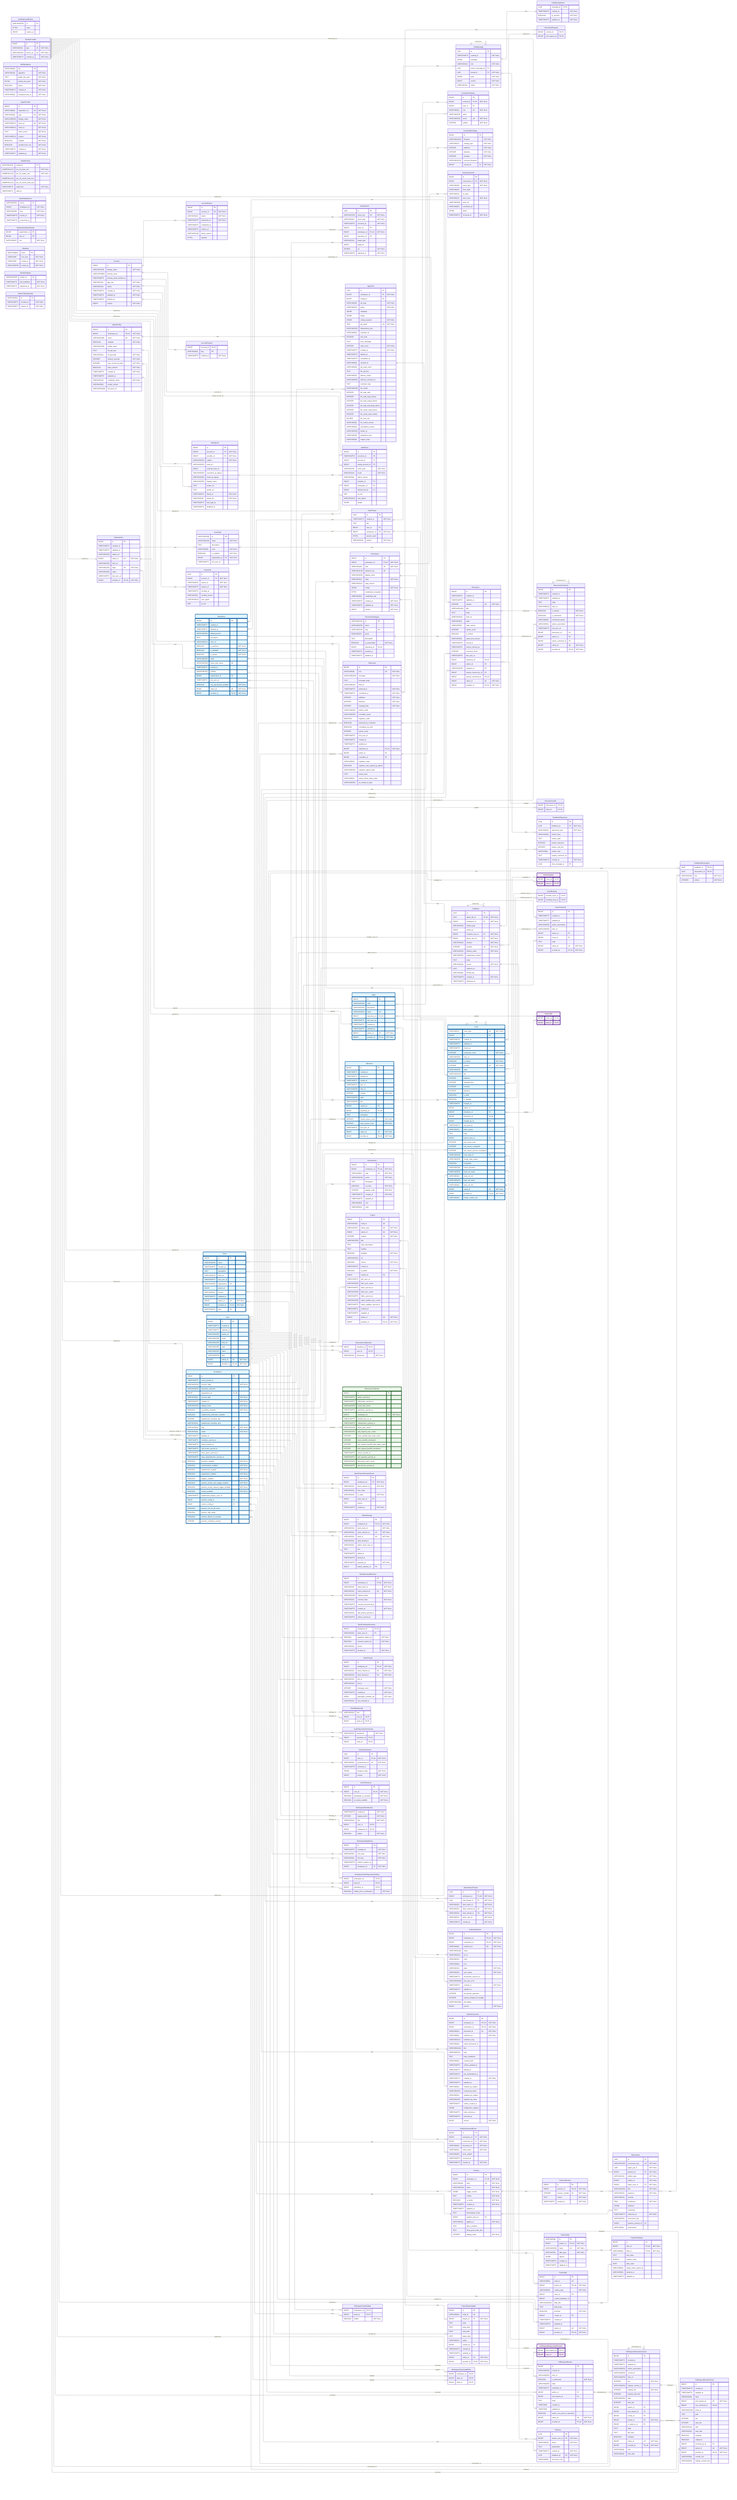
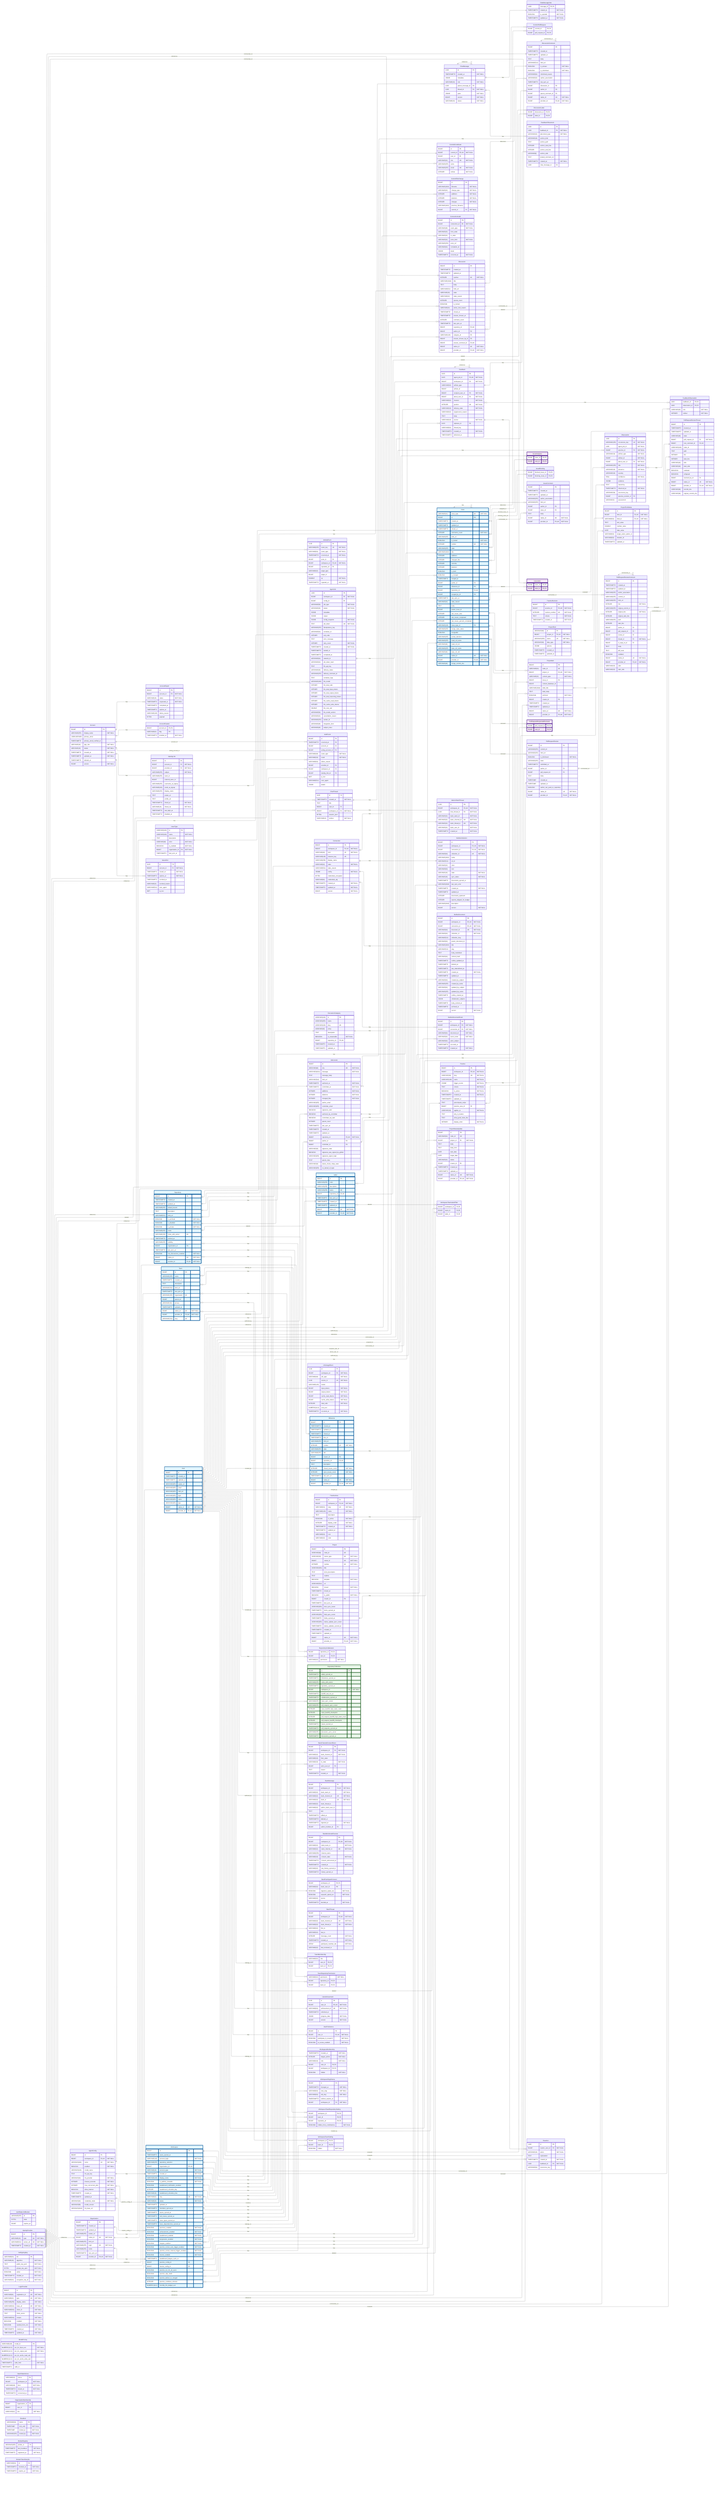
---
config:
    layout: elk
---
erDiagram
    %% Generated automatically from PostgreSQL database schema
    %% using scripts/generate-mermaid-erd.ts
    %% To regenerate: pnpm run db:generate-erd-docs

    direction LR

    Account {
        BIGINT id PK
        VARCHAR(255) display_name "NOT NULL"
        USER-DEFINED primary_email
        TIMESTAMPTZ primary_email_verified_at
        VARCHAR(16) app_role "NOT NULL"
        VARCHAR(16) status "NOT NULL"
        TIMESTAMPTZ created_at "NOT NULL"
        TIMESTAMPTZ updated_at "NOT NULL"
        TIMESTAMPTZ deleted_at
        BIGINT version "NOT NULL"
    }

    AccountExport {
        BIGINT id PK
        BIGINT account_id FK "NOT NULL"
        VARCHAR(16) status "NOT NULL"
        TIMESTAMPTZ requested_at "NOT NULL"
        TIMESTAMPTZ completed_at
        TIMESTAMPTZ expires_at
        VARCHAR(128) failure_reason
        BYTEA payload
    }

    AccountFeature {
        BIGINT account_id PK,FK
        VARCHAR(64) flag PK
        TIMESTAMPTZ enabled_at "NOT NULL"
    }

    ActivityEvent {
        UUID id PK
        VARCHAR(255) event_key UK "NOT NULL"
        VARCHAR(64) event_type "NOT NULL"
        TIMESTAMPTZ occurred_at "NOT NULL"
        BIGINT actor_id FK
        BIGINT workspace_id FK,UK "NOT NULL"
        BIGINT repository_id FK
        VARCHAR(32) target_type
        BIGINT target_id
        DOUBLE xp "NOT NULL"
        TIMESTAMPTZ ingested_at "NOT NULL"
    }

    AgentConfig {
        BIGINT id PK
        BIGINT workspace_id FK,UK "NOT NULL"
        VARCHAR(100) name UK "NOT NULL"
        BOOLEAN enabled "NOT NULL"
        VARCHAR(128) model_name
        TEXT llm_api_key
        VARCHAR(32) llm_provider "NOT NULL"
        INTEGER timeout_seconds "NOT NULL"
        INTEGER max_concurrent_jobs "NOT NULL"
        BOOLEAN allow_internet "NOT NULL"
        TIMESTAMPTZ created_at "NOT NULL"
        TIMESTAMPTZ updated_at
        VARCHAR(16) credential_mode "NOT NULL"
        VARCHAR(50) model_version
        VARCHAR(2048) llm_base_url
    }

    AgentJob {
        UUID id PK
        BIGINT workspace_id FK "NOT NULL"
        BIGINT config_id FK
        VARCHAR(50) job_type "NOT NULL"
        VARCHAR(20) status "NOT NULL"
        JSONB metadata
        JSONB output
        JSONB config_snapshot "NOT NULL"
        TEXT job_token UK "NOT NULL"
        VARCHAR(255) idempotency_key
        VARCHAR(64) container_id
        INTEGER exit_code
        TEXT error_message
        INTEGER retry_count "NOT NULL"
        TIMESTAMPTZ created_at "NOT NULL"
        TIMESTAMPTZ started_at
        TIMESTAMPTZ completed_at
        VARCHAR(64) network_id
        VARCHAR(64) job_token_hash
        TEXT llm_api_key
        VARCHAR(20) delivery_status
        VARCHAR(255) delivery_comment_id
        TEXT container_logs
        VARCHAR(100) llm_model
        INTEGER llm_total_calls
        INTEGER llm_total_input_tokens
        INTEGER llm_total_output_tokens
        INTEGER llm_total_reasoning_tokens
        INTEGER llm_cache_read_tokens
        INTEGER llm_cache_write_tokens
        DOUBLE llm_cost_usd
        VARCHAR(50) llm_model_version
        VARCHAR(32) cancellation_reason
        VARCHAR(255) worker_id
        VARCHAR(48) integration_kind
        VARCHAR(48) subject_class
    }

    AuthEvent {
        BIGINT id PK
        TIMESTAMPTZ occurred_at PK
        BIGINT account_id FK
        BIGINT acting_account_id FK
        VARCHAR(48) event_type "NOT NULL"
        VARCHAR(16) result "NOT NULL"
        VARCHAR(64) failure_reason
        BIGINT provider_id FK
        BIGINT workspace_id FK
        BIGINT identity_link_id FK
        INET ip_inet
        VARCHAR(512) user_agent
        JSONB details
    }

    AuthRateLimitBucket {
        VARCHAR(255) id PK
        BYTEA state
        BIGINT expires_at
    }

    ChatMessage {
        UUID id PK
        TIMESTAMPTZ created_at "NOT NULL"
        JSONB metadata
        VARCHAR(16) role "NOT NULL"
        UUID parent_message_id FK
        UUID thread_id FK "NOT NULL"
        JSONB parts "NOT NULL"
        BIGINT version "NOT NULL"
        VARCHAR(16) status "NOT NULL"
    }

    ChatMessageVote {
        UUID message_id PK,FK
        TIMESTAMPTZ created_at "NOT NULL"
        BOOLEAN is_upvoted "NOT NULL"
        TIMESTAMPTZ updated_at "NOT NULL"
    }

    ChatThread {
        UUID id PK
        TIMESTAMPTZ created_at "NOT NULL"
        TEXT title
        BIGINT user_id FK
        BIGINT workspace_id FK "NOT NULL"
        BYTEA session_jsonl
        VARCHAR(16) surface "NOT NULL"
    }

    CommitContributor {
        BIGINT id PK
        BIGINT commit_id FK,UK "NOT NULL"
        BIGINT user_id FK
        VARCHAR(32) role UK "NOT NULL"
        VARCHAR(255) name
        VARCHAR(255) email UK "NOT NULL"
        INTEGER ordinal "NOT NULL"
    }

    CommitFileChange {
        BIGINT id PK
        VARCHAR(1024) filename "NOT NULL"
        VARCHAR(32) change_type "NOT NULL"
        INTEGER additions "NOT NULL"
        INTEGER deletions "NOT NULL"
        INTEGER changes "NOT NULL"
        VARCHAR(1024) previous_filename
        BIGINT commit_id FK "NOT NULL"
    }

    CommitPullRequest {
        BIGINT commit_id PK,FK
        BIGINT pull_request_id PK,FK
    }

    Connection {
        BIGINT id PK
        BIGINT workspace_id FK,UK "NOT NULL"
        VARCHAR(48) kind UK "NOT NULL"
        VARCHAR(128) instance_key UK
        VARCHAR(256) display_name
        VARCHAR(32) state "NOT NULL"
        VARCHAR(512) state_reason
        JSONB config "NOT NULL"
        BYTEA credentials_encrypted
        VARCHAR(64) credentials_alg
        TIMESTAMPTZ created_at "NOT NULL"
        TIMESTAMPTZ updated_at "NOT NULL"
        BIGINT version "NOT NULL"
    }

    ConnectionAudit {
        BIGINT id PK
        BIGINT connection_id FK "NOT NULL"
        VARCHAR(48) event_type "NOT NULL"
        VARCHAR(32) from_state
        VARCHAR(32) to_state
        VARCHAR(32) actor_kind "NOT NULL"
        VARCHAR(256) actor_ref
        VARCHAR(64) correlation_id
        JSONB detail
        TIMESTAMPTZ occurred_at "NOT NULL"
    }

    Discussion {
        BIGINT id PK
        TIMESTAMPTZ created_at
        TIMESTAMPTZ updated_at
        INTEGER number UK "NOT NULL"
        VARCHAR(1024) title
        TEXT body
        VARCHAR(512) html_url
        VARCHAR(16) state
        VARCHAR(32) state_reason
        INTEGER upvote_count
        BOOLEAN is_locked
        VARCHAR(32) active_lock_reason
        TIMESTAMPTZ closed_at
        TIMESTAMPTZ answer_chosen_at
        INTEGER comment_count
        TIMESTAMPTZ last_sync_at
        BIGINT repository_id FK,UK
        BIGINT author_id FK
        VARCHAR(128) category_id FK
        BIGINT answer_chosen_by_id FK
        BIGINT answer_comment_id FK,UK
        BIGINT native_id UK "NOT NULL"
        BIGINT provider_id FK,UK "NOT NULL"
    }

    DiscussionCategory {
        VARCHAR(128) id PK
        VARCHAR(255) name
        VARCHAR(128) slug UK
        VARCHAR(32) emoji
        TEXT description
        BOOLEAN is_answerable "NOT NULL"
        BIGINT repository_id FK,UK
        TIMESTAMPTZ created_at
        TIMESTAMPTZ updated_at
    }

    DiscussionComment {
        BIGINT id PK
        TIMESTAMPTZ created_at
        TIMESTAMPTZ updated_at
        TEXT body
        VARCHAR(512) html_url
        BOOLEAN is_answer "NOT NULL"
        BOOLEAN is_minimized "NOT NULL"
        VARCHAR(64) minimized_reason
        VARCHAR(32) author_association
        TIMESTAMPTZ last_sync_at
        BIGINT discussion_id FK
        BIGINT author_id FK
        BIGINT parent_comment_id FK
        BIGINT native_id UK "NOT NULL"
        BIGINT provider_id FK,UK "NOT NULL"
    }

    DiscussionLabel {
        BIGINT discussion_id PK,FK
        BIGINT label_id PK,FK
    }

    Feedback {
        UUID id PK
        UUID agent_job_id FK,UK "NOT NULL"
        BIGINT workspace_id FK "NOT NULL"
        VARCHAR(32) artifact_type
        BIGINT artifact_id
        BIGINT recipient_user_id FK "NOT NULL"
        BIGINT about_user_id FK "NOT NULL"
        VARCHAR(32) channel "NOT NULL"
        INTEGER position UK "NOT NULL"
        VARCHAR(16) delivery_state "NOT NULL"
        VARCHAR(32) suppression_reason
        TEXT body
        VARCHAR(16) source "NOT NULL"
        UUID replaces_id FK
        VARCHAR(64) thread_key
        TIMESTAMPTZ created_at "NOT NULL"
        TIMESTAMPTZ delivered_at
    }

    FeedbackObservation {
        UUID feedback_id PK,FK
        UUID observation_id PK,FK
        VARCHAR(16) role "NOT NULL"
        INTEGER ordinal "NOT NULL"
    }

    FeedbackPlacement {
        UUID id PK
        UUID feedback_id FK "NOT NULL"
        VARCHAR(32) placement_type "NOT NULL"
        VARCHAR(16) anchor_kind
        TEXT anchor_path
        INTEGER anchor_start_line
        INTEGER anchor_end_line
        VARCHAR(8) anchor_side
        TEXT posted_comment_ref
        TIMESTAMPTZ created_at "NOT NULL"
        UUID chat_message_id FK
    }

    GitCommit {
        BIGINT id PK
        VARCHAR(40) sha UK "NOT NULL"
        VARCHAR(1024) message "NOT NULL"
        TEXT message_body
        VARCHAR(512) html_url
        TIMESTAMPTZ authored_at "NOT NULL"
        TIMESTAMPTZ committed_at "NOT NULL"
        INTEGER additions "NOT NULL"
        INTEGER deletions "NOT NULL"
        INTEGER changed_files "NOT NULL"
        VARCHAR(255) author_email
        VARCHAR(255) committer_email
        BOOLEAN signature_valid
        BOOLEAN authored_by_committer
        BOOLEAN committed_via_web
        INTEGER parent_count
        TIMESTAMPTZ last_sync_at
        TIMESTAMPTZ created_at
        TIMESTAMPTZ updated_at
        BIGINT repository_id FK,UK "NOT NULL"
        BIGINT author_id FK
        BIGINT committer_id FK
        VARCHAR(32) signature_state
        BOOLEAN signature_was_signed_by_github
        VARCHAR(255) signature_signer_login
        TEXT parent_shas
        VARCHAR(32) status_check_rollup_state
        VARCHAR(255) on_behalf_of_login
    }

    IdentityLink {
        BIGINT id PK
        BIGINT account_id FK "NOT NULL"
        BIGINT provider_id FK "NOT NULL"
        VARCHAR(255) subject "NOT NULL"
        VARCHAR(255) team_id
        BIGINT external_actor_id
        VARCHAR(255) username_at_signup
        VARCHAR(320) email_at_signup
        VARCHAR(255) display_name
        TEXT avatar_url
        TEXT profile_url
        TIMESTAMPTZ linked_at "NOT NULL"
        VARCHAR(16) linked_via "NOT NULL"
        TIMESTAMPTZ last_login_at
        TIMESTAMPTZ disabled_at
    }

    IdentityProvider {
        BIGINT id PK
        VARCHAR(10) type UK "NOT NULL"
        VARCHAR(512) server_url UK "NOT NULL"
        TIMESTAMPTZ created_at "NOT NULL"
    }

    Issue {
        VARCHAR(31) issue_type UK "NOT NULL"
        BIGINT id PK
        TIMESTAMPTZ created_at
        TIMESTAMPTZ updated_at
        TIMESTAMPTZ closed_at
        INTEGER comments_count "NOT NULL"
        VARCHAR(255) html_url
        BOOLEAN is_locked "NOT NULL"
        INTEGER number UK "NOT NULL"
        VARCHAR(255) state
        VARCHAR(1024) title
        INTEGER additions
        INTEGER changed_files
        INTEGER commits
        INTEGER deletions
        BOOLEAN is_draft
        BOOLEAN is_merged
        TIMESTAMPTZ merged_at
        BIGINT author_id FK
        BIGINT milestone_id FK
        BIGINT repository_id FK,UK
        BIGINT merged_by_id FK
        TIMESTAMPTZ last_sync_at
        VARCHAR(32) state_reason
        TEXT body
        BIGINT parent_issue_id FK
        INTEGER sub_issues_total
        INTEGER sub_issues_completed
        INTEGER sub_issues_percent_completed
        VARCHAR(128) issue_type_id FK
        VARCHAR(255) merge_state_status
        BOOLEAN mergeable
        VARCHAR(255) review_decision
        VARCHAR(255) head_ref_name
        VARCHAR(40) head_ref_oid
        VARCHAR(255) base_ref_name
        VARCHAR(40) base_ref_oid
        BIGINT native_id UK "NOT NULL"
        BIGINT provider_id FK,UK "NOT NULL"
        VARCHAR(40) merge_commit_sha
    }

    IssueAssignee {
        BIGINT issue_id PK,FK
        BIGINT user_id PK,FK
    }

    IssueBlocking {
        BIGINT blocked_issue_id PK,FK
        BIGINT blocking_issue_id PK,FK
    }

    IssueComment {
        BIGINT id PK
        TIMESTAMPTZ created_at
        TIMESTAMPTZ updated_at
        VARCHAR(255) author_association
        VARCHAR(255) html_url
        BIGINT author_id FK
        BIGINT issue_id FK
        TEXT body
        BIGINT native_id UK "NOT NULL"
        BIGINT provider_id FK,UK "NOT NULL"
    }

    IssueLabel {
        BIGINT issue_id PK,FK
        BIGINT label_id PK,FK
    }

    IssueType {
        VARCHAR(128) id PK
        VARCHAR(128) name "NOT NULL"
        TEXT description
        VARCHAR(20) color "NOT NULL"
        BOOLEAN is_enabled "NOT NULL"
        BIGINT organization_id FK "NOT NULL"
        TIMESTAMPTZ last_sync_at
    }

    IssuedJwt {
        UUID jti PK
        BIGINT account_id FK "NOT NULL"
        TIMESTAMPTZ issued_at "NOT NULL"
        TIMESTAMPTZ expires_at "NOT NULL"
        TIMESTAMPTZ revoked_at
        VARCHAR(32) revoked_reason
        VARCHAR(512) user_agent
        INET ip_inet
    }

    JwtSigningKey {
        VARCHAR(64) kid PK
        VARCHAR(16) algorithm "NOT NULL"
        TEXT public_key_pem "NOT NULL"
        BYTEA private_key_pem "NOT NULL"
        BOOLEAN active "NOT NULL"
        TIMESTAMPTZ created_at "NOT NULL"
        VARCHAR(64) encryption_key_id "NOT NULL"
    }

    Label {
        BIGINT id PK
        VARCHAR(255) color
        VARCHAR(255) description
        VARCHAR(255) name UK
        BIGINT repository_id FK,UK
        TIMESTAMPTZ last_sync_at
        TIMESTAMPTZ created_at
        TIMESTAMPTZ updated_at
        BIGINT native_id UK "NOT NULL"
        BIGINT provider_id FK,UK "NOT NULL"
    }

+     LlmUsageEvent {
+         UUID id PK
+         BIGINT workspace_id FK "NOT NULL"
+         VARCHAR(40) job_type "NOT NULL"
+         UUID source_id UK "NOT NULL"
+         VARCHAR(128) model
+         BIGINT input_tokens "NOT NULL"
+         BIGINT output_tokens "NOT NULL"
+         BIGINT cache_read_tokens "NOT NULL"
+         BIGINT cache_write_tokens "NOT NULL"
+         INTEGER total_calls "NOT NULL"
+         NUMERIC(12,6) cost_usd
+         TIMESTAMPTZ occurred_at "NOT NULL"
+     }
+ 
    LoginProvider {
        BIGINT id PK
        VARCHAR(64) registration_id UK "NOT NULL"
        VARCHAR(10) type UK "NOT NULL"
        VARCHAR(255) display_name "NOT NULL"
        VARCHAR(512) base_url UK "NOT NULL"
        VARCHAR(512) client_id "NOT NULL"
        TEXT client_secret "NOT NULL"
        VARCHAR(512) scopes "NOT NULL"
        BOOLEAN enabled "NOT NULL"
        BOOLEAN seeded_from_env "NOT NULL"
        TIMESTAMPTZ created_at "NOT NULL"
        TIMESTAMPTZ updated_at "NOT NULL"
    }

    MentorSlackThread {
        UUID id PK
        BIGINT workspace_id FK,UK "NOT NULL"
        UUID chat_thread_id FK "NOT NULL"
        VARCHAR(32) slack_team_id "NOT NULL"
        VARCHAR(32) slack_channel_id UK "NOT NULL"
        VARCHAR(32) slack_thread_ts UK "NOT NULL"
        VARCHAR(32) slack_user_id "NOT NULL"
        TIMESTAMPTZ created_at "NOT NULL"
    }

    Milestone {
        BIGINT id PK
        TIMESTAMPTZ created_at
        TIMESTAMPTZ updated_at
        TIMESTAMPTZ closed_at
        TIMESTAMPTZ due_on
        VARCHAR(255) html_url
        INTEGER number UK "NOT NULL"
        VARCHAR(255) state
        VARCHAR(255) title
        BIGINT creator_id FK
        BIGINT repository_id FK,UK
        TEXT description
        INTEGER closed_issues_count "NOT NULL"
        INTEGER open_issues_count "NOT NULL"
        TIMESTAMPTZ last_sync_at
        BIGINT native_id UK "NOT NULL"
        BIGINT provider_id FK,UK "NOT NULL"
    }

    ModelPricing {
        VARCHAR(128) model_id PK
        NUMERIC(12,6) per_1k_input_usd "NOT NULL"
        NUMERIC(12,6) per_1k_output_usd "NOT NULL"
        NUMERIC(12,6) per_1k_cache_read_usd
        NUMERIC(12,6) per_1k_cache_write_usd
        TIMESTAMPTZ valid_from "NOT NULL"
        TIMESTAMPTZ valid_to
    }

    OauthStateNonce {
        VARCHAR(32) nonce PK
        BIGINT workspace_id "NOT NULL"
        VARCHAR(48) kind "NOT NULL"
        TIMESTAMPTZ issued_at "NOT NULL"
        TIMESTAMPTZ consumed_at
    }

    Observation {
        UUID id PK
        VARCHAR(255) occurrence_key UK "NOT NULL"
        UUID agent_job_id "NOT NULL"
        BIGINT practice_id FK "NOT NULL"
        VARCHAR(32) artifact_type "NOT NULL"
        BIGINT artifact_id "NOT NULL"
        BIGINT about_user_id FK "NOT NULL"
        VARCHAR(255) title "NOT NULL"
        VARCHAR(16) presence "NOT NULL"
        VARCHAR(16) severity
        REAL confidence "NOT NULL"
        JSONB evidence
        TEXT reasoning
        TIMESTAMPTZ observed_at "NOT NULL"
        VARCHAR(64) recurrence_key
        BIGINT practice_revision_id FK
        VARCHAR(8) assessment
    }

    Organization {
        BIGINT id PK
        TIMESTAMPTZ created_at
        TIMESTAMPTZ updated_at
        VARCHAR(255) avatar_url
        BIGINT native_id UK "NOT NULL"
        VARCHAR(255) html_url
        VARCHAR(255) login UK "NOT NULL"
        VARCHAR(255) name
        TIMESTAMPTZ last_sync_at
        BIGINT provider_id FK,UK "NOT NULL"
    }

    OrganizationMembership {
        BIGINT organization_id PK
        BIGINT user_id PK
        VARCHAR(32) role "NOT NULL"
    }

    OutlineCollection {
        BIGINT id PK
        BIGINT workspace_id FK,UK "NOT NULL"
        BIGINT connection_id FK,UK "NOT NULL"
        VARCHAR(64) collection_id UK "NOT NULL"
        VARCHAR(1024) name
        VARCHAR(512) url_id
        VARCHAR(32) color
        VARCHAR(64) icon
        VARCHAR(16) state "NOT NULL"
        VARCHAR(16) sync_status "NOT NULL"
        TIMESTAMPTZ documents_synced_at
        VARCHAR(2048) last_sync_error
        TIMESTAMPTZ created_at "NOT NULL"
        TIMESTAMPTZ updated_at
        INTEGER documents_upstream
        INTEGER exports_skipped_for_budget
        VARCHAR(2048) description
        BIGINT version "NOT NULL"
    }

    OutlineDocument {
        BIGINT id PK
        BIGINT workspace_id FK,UK "NOT NULL"
        BIGINT connection_id FK,UK "NOT NULL"
        VARCHAR(64) document_id UK "NOT NULL"
        VARCHAR(64) collection_id "NOT NULL"
        VARCHAR(512) collection_slug
        VARCHAR(64) parent_document_id
        VARCHAR(1024) title
        VARCHAR(512) slug
        TEXT body_markdown
        VARCHAR(64) content_hash
        TIMESTAMPTZ outline_updated_at
        TIMESTAMPTZ deleted_at
        TIMESTAMPTZ last_materialized_at
        TIMESTAMPTZ created_at "NOT NULL"
        TIMESTAMPTZ updated_at
        VARCHAR(64) created_by_subject
        VARCHAR(255) created_by_name
        VARCHAR(64) updated_by_subject
        VARCHAR(255) updated_by_name
        TIMESTAMPTZ outline_created_at
        JSONB collaborator_subjects
        TIMESTAMPTZ body_evicted_at
        TIMESTAMPTZ archived_at
        BIGINT version "NOT NULL"
    }

    OutlineDocumentEvent {
        BIGINT id PK
        BIGINT workspace_id FK "NOT NULL"
        BIGINT connection_id FK "NOT NULL"
        VARCHAR(64) document_id "NOT NULL"
        VARCHAR(64) event_name "NOT NULL"
        VARCHAR(64) actor_subject
        TIMESTAMPTZ occurred_at
        TIMESTAMPTZ created_at "NOT NULL"
    }

    Practice {
        BIGINT id PK
        BIGINT workspace_id FK,UK "NOT NULL"
        VARCHAR(64) slug UK "NOT NULL"
        VARCHAR(128) name "NOT NULL"
        JSONB trigger_events "NOT NULL"
        TEXT criteria "NOT NULL"
        BOOLEAN is_active "NOT NULL"
        TIMESTAMPTZ created_at "NOT NULL"
        TIMESTAMPTZ updated_at
        TEXT precompute_script
        BIGINT practice_area_id FK
        VARCHAR(32) applies_to "NOT NULL"
        TEXT why_it_matters
        TEXT what_good_looks_like
        INTEGER display_order "NOT NULL"
    }

    PracticeArea {
        BIGINT id PK
        BIGINT workspace_id FK,UK "NOT NULL"
        VARCHAR(64) slug UK "NOT NULL"
        VARCHAR(128) name "NOT NULL"
        TEXT description
        BOOLEAN is_active "NOT NULL"
        INTEGER display_order "NOT NULL"
        TIMESTAMPTZ created_at "NOT NULL"
        TIMESTAMPTZ updated_at
        VARCHAR(64) icon
        VARCHAR(32) color
    }

    PracticeRevision {
        BIGINT id PK
        BIGINT practice_id FK,UK "NOT NULL"
        INTEGER revision_number UK "NOT NULL"
        TEXT criteria "NOT NULL"
        TIMESTAMPTZ created_at "NOT NULL"
    }

    Project {
        BIGINT id PK
        VARCHAR(64) node_id UK
        VARCHAR(32) owner_type UK "NOT NULL"
        BIGINT owner_id UK "NOT NULL"
        INTEGER number UK "NOT NULL"
        VARCHAR(256) title
        TEXT short_description
        TEXT readme
        BOOLEAN template "NOT NULL"
        VARCHAR(512) url
        BOOLEAN closed "NOT NULL"
        TIMESTAMPTZ closed_at
        BOOLEAN is_public "NOT NULL"
        BIGINT creator_id FK
        TIMESTAMPTZ last_sync_at
        VARCHAR(256) item_sync_cursor
        TIMESTAMPTZ items_synced_at
        VARCHAR(256) field_sync_cursor
        TIMESTAMPTZ fields_synced_at
        VARCHAR(256) status_update_sync_cursor
        TIMESTAMPTZ status_updates_synced_at
        TIMESTAMPTZ created_at
        TIMESTAMPTZ updated_at
        BIGINT native_id UK "NOT NULL"
        BIGINT provider_id FK,UK "NOT NULL"
    }

    ProjectField {
        VARCHAR(64) id PK
        BIGINT project_id FK,UK "NOT NULL"
        VARCHAR(256) name UK "NOT NULL"
        VARCHAR(32) data_type "NOT NULL"
        JSONB options
        TIMESTAMPTZ created_at
        TIMESTAMPTZ updated_at
    }

    ProjectFieldValue {
        BIGINT id PK
        BIGINT item_id FK,UK "NOT NULL"
        VARCHAR(64) field_id FK,UK "NOT NULL"
        TEXT text_value
        DOUBLE number_value
        DATE date_value
        VARCHAR(64) single_select_option_id
        VARCHAR(64) iteration_id
        TIMESTAMPTZ updated_at
    }

    ProjectItem {
        BIGINT id PK
        VARCHAR(64) node_id UK
        BIGINT project_id FK,UK "NOT NULL"
        VARCHAR(32) content_type "NOT NULL"
        BIGINT issue_id FK
        BIGINT content_database_id
        VARCHAR(1024) draft_title
        TEXT draft_body
        BOOLEAN archived "NOT NULL"
        BIGINT creator_id FK
        TIMESTAMPTZ created_at
        TIMESTAMPTZ updated_at
        BIGINT native_id UK "NOT NULL"
        BIGINT provider_id FK,UK "NOT NULL"
    }

    ProjectStatusUpdate {
        BIGINT id PK
        VARCHAR(64) node_id UK
        BIGINT project_id FK "NOT NULL"
        TEXT body
        TEXT body_html
        DATE start_date
        DATE target_date
        VARCHAR(32) status
        BIGINT creator_id FK
        TIMESTAMPTZ created_at
        TIMESTAMPTZ updated_at
        BIGINT native_id UK "NOT NULL"
        BIGINT provider_id FK,UK "NOT NULL"
    }

    PullRequestRequestedReviewer {
        BIGINT pull_request_id PK,FK
        BIGINT user_id PK,FK
    }

    PullRequestReview {
        BIGINT id PK
        VARCHAR(255) commit_id
        VARCHAR(255) html_url
        BOOLEAN is_dismissed "NOT NULL"
        VARCHAR(255) state
        TIMESTAMPTZ submitted_at
        BIGINT author_id FK
        BIGINT pull_request_id FK
        TEXT body
        TIMESTAMP created_at
        TIMESTAMP updated_at
        BOOLEAN author_can_push_to_repository
        BIGINT native_id UK "NOT NULL"
        BIGINT provider_id FK,UK "NOT NULL"
    }

    PullRequestReviewComment {
        BIGINT id PK
        TIMESTAMPTZ created_at
        TIMESTAMPTZ updated_at
        VARCHAR(255) author_association
        VARCHAR(255) commit_id
        VARCHAR(255) html_url
        INTEGER line "NOT NULL"
        VARCHAR(255) original_commit_id
        INTEGER original_line "NOT NULL"
        INTEGER original_start_line
        VARCHAR(255) path
        INTEGER start_line
        BIGINT author_id FK
        BIGINT pull_request_id FK
        BIGINT review_id FK
        BIGINT thread_id FK "NOT NULL"
        BIGINT in_reply_to_id FK
        TEXT body
        TEXT diff_hunk
        BOOLEAN outdated
        BIGINT native_id UK "NOT NULL"
        BIGINT provider_id FK,UK "NOT NULL"
        VARCHAR(16) side
        VARCHAR(16) start_side
    }

    PullRequestReviewThread {
        BIGINT id PK
        TIMESTAMPTZ created_at
        TIMESTAMPTZ updated_at
        VARCHAR(20) state
        BIGINT pull_request_id FK "NOT NULL"
        BIGINT root_comment_id FK,UK
        VARCHAR(128) node_id
        TEXT path
        INTEGER line
        INTEGER start_line
        VARCHAR(16) side
        VARCHAR(16) start_side
        BOOLEAN outdated
        BOOLEAN collapsed
        BIGINT resolved_by_id FK
        BIGINT native_id UK "NOT NULL"
        BIGINT provider_id FK,UK "NOT NULL"
        VARCHAR(64) commit_sha
        VARCHAR(64) original_commit_sha
    }

    Reaction {
        UUID id PK
        BIGINT reactor_user_id FK "NOT NULL"
        VARCHAR(16) action "NOT NULL"
        TEXT explanation
        TIMESTAMPTZ created_at "NOT NULL"
        UUID feedback_id FK "NOT NULL"
        VARCHAR(64) recurrence_key
    }

    Repository {
        BIGINT id PK
        TIMESTAMPTZ created_at
        TIMESTAMPTZ updated_at
        VARCHAR(255) default_branch
        TEXT description
        VARCHAR(512) html_url
        BOOLEAN is_archived "NOT NULL"
        BOOLEAN is_disabled "NOT NULL"
        BOOLEAN is_private "NOT NULL"
        VARCHAR(255) name
        VARCHAR(150) name_with_owner UK
        TIMESTAMPTZ pushed_at
        VARCHAR(255) visibility
        BIGINT organization_id FK
        TIMESTAMPTZ last_sync_at
        BOOLEAN has_discussions_enabled "NOT NULL"
        BIGINT native_id UK "NOT NULL"
        BIGINT provider_id FK,UK "NOT NULL"
    }

    RepositoryCollaborator {
        BIGINT repository_id PK,FK
        BIGINT user_id PK,FK
        VARCHAR(32) permission "NOT NULL"
    }

    RepositoryToMonitor {
        BIGINT id PK
        TIMESTAMPTZ labels_synced_at
        TIMESTAMPTZ milestones_synced_at
        VARCHAR(255) name_with_owner
        TIMESTAMPTZ repository_synced_at
        BIGINT workspace_id FK "NOT NULL"
        TIMESTAMPTZ backfill_last_run_at
        TIMESTAMPTZ collaborators_synced_at
        VARCHAR(255) issue_sync_cursor
        VARCHAR(255) pull_request_sync_cursor
        INTEGER issue_backfill_high_water_mark
        INTEGER issue_backfill_checkpoint
        INTEGER pull_request_backfill_high_water_mark
        INTEGER pull_request_backfill_checkpoint
        TIMESTAMPTZ issues_synced_at
        TIMESTAMPTZ pull_requests_synced_at
        VARCHAR(255) discussion_sync_cursor
        TIMESTAMPTZ discussions_synced_at
    }

    Shedlock {
        VARCHAR(64) name PK
        TIMESTAMP lock_until "NOT NULL"
        TIMESTAMP locked_at "NOT NULL"
        VARCHAR(255) locked_by "NOT NULL"
    }

    SlackChannelConsentEvent {
        BIGINT id PK
        BIGINT workspace_id FK "NOT NULL"
        VARCHAR(32) slack_channel_id "NOT NULL"
        VARCHAR(16) from_state
        VARCHAR(16) to_state "NOT NULL"
        BIGINT actor_user_id FK
        TEXT reason
        TIMESTAMPTZ created_at "NOT NULL"
    }

    SlackMessage {
        BIGINT id PK
        BIGINT workspace_id FK,UK "NOT NULL"
        VARCHAR(32) slack_team_id "NOT NULL"
        VARCHAR(32) slack_channel_id UK "NOT NULL"
        VARCHAR(32) slack_ts UK "NOT NULL"
        VARCHAR(32) slack_thread_ts
        VARCHAR(32) author_slack_user_id
        TEXT text
        TIMESTAMPTZ edited_at
        TIMESTAMPTZ deleted_at
        TIMESTAMPTZ ingested_at "NOT NULL"
        BIGINT author_member_id FK
    }

    SlackMonitoredChannel {
        BIGINT id PK
        BIGINT workspace_id FK,UK "NOT NULL"
        VARCHAR(32) slack_team_id "NOT NULL"
        VARCHAR(32) slack_channel_id UK "NOT NULL"
        VARCHAR(256) channel_name
        VARCHAR(16) consent_state "NOT NULL"
        TIMESTAMPTZ consent_announced_at
        TIMESTAMPTZ created_at "NOT NULL"
        VARCHAR(32) last_history_synced_ts
        TIMESTAMPTZ history_synced_at
    }

    SlackParticipantConsent {
        BIGINT workspace_id PK,FK
        VARCHAR(32) slack_user_id PK
        BOOLEAN ingestion_opted_out "NOT NULL"
        BOOLEAN research_opted_out "NOT NULL"
        VARCHAR(32) source
        TIMESTAMPTZ decided_at "NOT NULL"
    }

    SlackThread {
        BIGINT id PK
        BIGINT workspace_id FK,UK "NOT NULL"
        VARCHAR(32) slack_channel_id UK "NOT NULL"
        VARCHAR(32) slack_thread_ts UK "NOT NULL"
        VARCHAR(32) first_ts
        VARCHAR(32) last_ts
        INTEGER message_count "NOT NULL"
        TIMESTAMPTZ created_at "NOT NULL"
        ARRAY participant_member_ids "NOT NULL"
        VARCHAR(32) last_reviewed_ts
    }

    Team {
        BIGINT id PK
        VARCHAR(255) name
        TIMESTAMPTZ created_at
        TEXT description
        VARCHAR(512) html_url
        TIMESTAMPTZ last_sync_at
        VARCHAR(255) organization UK
        BIGINT parent_id
        VARCHAR(32) privacy
        TIMESTAMPTZ updated_at
        BIGINT native_id UK "NOT NULL"
        BIGINT provider_id FK,UK "NOT NULL"
        VARCHAR(512) slug UK
    }

    TeamMembership {
        VARCHAR(32) role
        BIGINT user_id PK,FK
        BIGINT team_id PK,FK
    }

    TeamRepositoryPermission {
        VARCHAR(32) permission "NOT NULL"
        BIGINT repository_id PK,FK
        BIGINT team_id PK,FK
    }

    User {
        BIGINT id PK
        TIMESTAMPTZ created_at
        TIMESTAMPTZ updated_at
        VARCHAR(255) avatar_url
        VARCHAR(255) email
        VARCHAR(255) html_url
        VARCHAR(255) login
        VARCHAR(255) name
        VARCHAR(255) type
        BIGINT native_id UK "NOT NULL"
        BIGINT provider_id FK,UK "NOT NULL"
    }

    UserAchievement {
        UUID id PK
        BIGINT user_id FK,UK "NOT NULL"
        VARCHAR(64) achievement_id UK "NOT NULL"
        TIMESTAMPTZ unlocked_at
        JSONB progress_data "NOT NULL"
        BIGINT version "NOT NULL"
    }

    UserPreference {
        BIGINT id PK
        BIGINT user_id FK,UK "NOT NULL"
        BOOLEAN participate_in_research "NOT NULL"
        BOOLEAN ai_review_enabled "NOT NULL"
    }

    WorkerRegistry {
        VARCHAR(255) worker_id PK
        TIMESTAMPTZ last_heartbeat "NOT NULL"
        TIMESTAMPTZ registered_at "NOT NULL"
    }

    WorkerTokenDenylist {
        VARCHAR(64) jti PK
        TIMESTAMPTZ revoked_at "NOT NULL"
        TIMESTAMPTZ expires_at "NOT NULL"
    }

    Workspace {
        BIGINT id PK
        TIMESTAMPTZ users_synced_at
        VARCHAR(120) account_login "NOT NULL"
        VARCHAR(255) repository_selection
        BIGINT organization_id FK,UK
        VARCHAR(10) account_type "NOT NULL"
        TIMESTAMPTZ created_at "NOT NULL"
        VARCHAR(120) display_name "NOT NULL"
        BOOLEAN is_publicly_viewable "NOT NULL"
        BOOLEAN leaderboard_notification_enabled
        INTEGER leaderboard_schedule_day
        VARCHAR(10) leaderboard_schedule_time
        VARCHAR(64) slug UK "NOT NULL"
        VARCHAR(20) status "NOT NULL"
        TIMESTAMPTZ updated_at
        TIMESTAMPTZ members_synced_at
        TIMESTAMPTZ teams_synced_at
        TIMESTAMPTZ sub_issues_synced_at
        TIMESTAMPTZ issue_types_synced_at
        TIMESTAMPTZ issue_dependencies_synced_at
        BOOLEAN practices_enabled "NOT NULL"
        BOOLEAN achievements_enabled "NOT NULL"
        BOOLEAN leaderboard_enabled "NOT NULL"
        BOOLEAN progression_enabled "NOT NULL"
        BOOLEAN leagues_enabled "NOT NULL"
        BOOLEAN practice_review_auto_trigger_enabled "NOT NULL"
        BOOLEAN practice_review_manual_trigger_enabled "NOT NULL"
        BOOLEAN mentor_enabled "NOT NULL"
        TIMESTAMPTZ leaderboard_league_cycle_at
        BIGINT practice_config_id FK
        BIGINT mentor_config_id FK
        BOOLEAN practice_run_for_all_users
        BOOLEAN practice_skip_drafts
        BOOLEAN practice_deliver_to_merged
        INTEGER practice_cooldown_minutes
+         NUMERIC(10,2) monthly_llm_budget_usd
    }

    WorkspaceMembership {
        TIMESTAMPTZ created_at "NOT NULL"
        INTEGER league_points "NOT NULL"
        VARCHAR(16) role "NOT NULL"
        BIGINT user_id PK,FK
        BIGINT workspace_id PK,FK
        BOOLEAN hidden "NOT NULL"
    }

    WorkspaceSlugHistory {
        BIGINT id PK
        TIMESTAMPTZ changed_at "NOT NULL"
        VARCHAR(64) new_slug "NOT NULL"
        VARCHAR(64) old_slug "NOT NULL"
        TIMESTAMPTZ redirect_expires_at
        BIGINT workspace_id FK "NOT NULL"
    }

    WorkspaceTeamLabelFilter {
        BIGINT workspace_id PK,FK
        BIGINT team_id PK,FK
        BIGINT label_id PK,FK
    }

    WorkspaceTeamRepositorySetting {
        BIGINT workspace_id PK,FK
        BIGINT team_id PK,FK
        BIGINT repository_id PK,FK
        BOOLEAN hidden_from_contributions "NOT NULL"
    }

    WorkspaceTeamSetting {
        BIGINT workspace_id PK,FK
        BIGINT team_id PK,FK
        BOOLEAN hidden "NOT NULL"
    }

    %% Relationships
    %% One-to-One relationships
    Account ||--|| AccountFeature : has
    Workspace ||--|| ActivityEvent : has
    Workspace ||--|| AgentConfig : has
    ChatMessage ||--|| ChatMessageVote : has
    GitCommit ||--|| CommitContributor : has
    Workspace ||--|| Connection : has
    Repository ||--|| Discussion : has
    DiscussionComment ||--|| Discussion : references
    IdentityProvider ||--|| Discussion : references
    Repository ||--|| DiscussionCategory : has
    IdentityProvider ||--|| DiscussionComment : commented_on
    AgentJob ||--|| Feedback : has
    Repository ||--|| GitCommit : has
    Repository ||--|| Issue : has
    IdentityProvider ||--|| Issue : references
    IdentityProvider ||--|| IssueComment : commented_on
    Repository ||--|| Label : labeled
    IdentityProvider ||--|| Label : labeled
    Workspace ||--|| MentorSlackThread : has
    Repository ||--|| Milestone : has
    IdentityProvider ||--|| Milestone : references
    IdentityProvider ||--|| Organization : references
    Workspace ||--|| OutlineCollection : has
    Connection ||--|| OutlineCollection : has
    Workspace ||--|| OutlineDocument : has
    Connection ||--|| OutlineDocument : has
    Workspace ||--|| Practice : has
    Workspace ||--|| PracticeArea : has
    Practice ||--|| PracticeRevision : has
    IdentityProvider ||--|| Project : references
    Project ||--|| ProjectField : has
    ProjectItem ||--|| ProjectFieldValue : has
    ProjectField ||--|| ProjectFieldValue : has
    Project ||--|| ProjectItem : has
    IdentityProvider ||--|| ProjectItem : references
    IdentityProvider ||--|| ProjectStatusUpdate : references
    IdentityProvider ||--|| PullRequestReview : reviewed
    IdentityProvider ||--|| PullRequestReviewComment : commented_on
    PullRequestReviewComment ||--|| PullRequestReviewThread : reviewed
    IdentityProvider ||--|| PullRequestReviewThread : reviewed
    IdentityProvider ||--|| Repository : references
    Workspace ||--|| SlackMessage : has
    Workspace ||--|| SlackMonitoredChannel : has
    Workspace ||--|| SlackParticipantConsent : has
    Workspace ||--|| SlackThread : has
    IdentityProvider ||--|| Team : references
    IdentityProvider ||--|| User : references
    User ||--|| UserAchievement : has
    User ||--|| UserPreference : has
    Organization ||--|| Workspace : has
    User ||--|| WorkspaceMembership : belongs_to
    Workspace ||--|| WorkspaceMembership : belongs_to

    %% One-to-Many relationships
    Account ||--o{ AccountExport : has
    User ||--o{ ActivityEvent : references
    Repository ||--o{ ActivityEvent : has
    Workspace ||--o{ AgentJob : has
    AgentConfig ||--o{ AgentJob : has
    Account ||--o{ AuthEvent : account_id
    Account ||--o{ AuthEvent : acting_account_id
    IdentityProvider ||--o{ AuthEvent : references
    Workspace ||--o{ AuthEvent : has
    IdentityLink ||--o{ AuthEvent : has
    ChatMessage ||--o{ ChatMessage : references
    ChatThread ||--o{ ChatMessage : has
    User ||--o{ ChatThread : has
    Workspace ||--o{ ChatThread : has
    User ||--o{ CommitContributor : has
    GitCommit ||--o{ CommitFileChange : has
    Connection ||--o{ ConnectionAudit : has
    User ||--o{ Discussion : authored_by
    DiscussionCategory ||--o{ Discussion : has
    User ||--o{ Discussion : references
    Discussion ||--o{ DiscussionComment : commented_on
    User ||--o{ DiscussionComment : commented_on
    DiscussionComment ||--o{ DiscussionComment : commented_on
    Workspace ||--o{ Feedback : has
    User ||--o{ Feedback : recipient_user_id
    User ||--o{ Feedback : about_user_id
    Feedback ||--o{ Feedback : references
    Feedback ||--o{ FeedbackPlacement : has
    ChatMessage ||--o{ FeedbackPlacement : has
    User ||--o{ GitCommit : authored_by
    User ||--o{ GitCommit : references
    Account ||--o{ IdentityLink : has
    IdentityProvider ||--o{ IdentityLink : references
    User ||--o{ Issue : authored_by
    Milestone ||--o{ Issue : has
    User ||--o{ Issue : merged_by
    Issue ||--o{ Issue : has
    IssueType ||--o{ Issue : has
    User ||--o{ IssueComment : commented_on
    Issue ||--o{ IssueComment : commented_on
    Organization ||--o{ IssueType : has
    Account ||--o{ IssuedJwt : has
+     Workspace ||--o{ LlmUsageEvent : has
    ChatThread ||--o{ MentorSlackThread : has
    User ||--o{ Milestone : created_by
    Practice ||--o{ Observation : has
    User ||--o{ Observation : has
    PracticeRevision ||--o{ Observation : has
    Workspace ||--o{ OutlineDocumentEvent : has
    Connection ||--o{ OutlineDocumentEvent : has
    PracticeArea ||--o{ Practice : has
    User ||--o{ Project : created_by
    Issue ||--o{ ProjectItem : has
    User ||--o{ ProjectItem : created_by
    Project ||--o{ ProjectStatusUpdate : has
    User ||--o{ ProjectStatusUpdate : created_by
    User ||--o{ PullRequestReview : reviewed
    Issue ||--o{ PullRequestReview : reviewed
    User ||--o{ PullRequestReviewComment : commented_on
    Issue ||--o{ PullRequestReviewComment : commented_on
    PullRequestReview ||--o{ PullRequestReviewComment : commented_on
    PullRequestReviewThread ||--o{ PullRequestReviewComment : commented_on
    PullRequestReviewComment ||--o{ PullRequestReviewComment : commented_on
    Issue ||--o{ PullRequestReviewThread : reviewed
    User ||--o{ PullRequestReviewThread : reviewed
    User ||--o{ Reaction : has
    Feedback ||--o{ Reaction : has
    Organization ||--o{ Repository : has
    Workspace ||--o{ RepositoryToMonitor : monitors
    Workspace ||--o{ SlackChannelConsentEvent : has
    User ||--o{ SlackChannelConsentEvent : has
    User ||--o{ SlackMessage : authored_by
    AgentConfig ||--o{ Workspace : practice_config_id
    AgentConfig ||--o{ Workspace : mentor_config_id
    Workspace ||--o{ WorkspaceSlugHistory : has

    %% Many-to-Many relationships
    GitCommit }o--o{ CommitPullRequest : has
    Issue }o--o{ CommitPullRequest : references
    Discussion }o--o{ DiscussionLabel : labeled
    Label }o--o{ DiscussionLabel : labeled
    Feedback }o--o{ FeedbackObservation : has
    Observation }o--o{ FeedbackObservation : has
    Issue }o--o{ IssueAssignee : assigned_to
    User }o--o{ IssueAssignee : assigned_to
    Issue }o--o{ IssueBlocking : blocked_issue_id
    Issue }o--o{ IssueBlocking : blocking_issue_id
    Issue }o--o{ IssueLabel : labeled
    Label }o--o{ IssueLabel : labeled
    Issue }o--o{ PullRequestRequestedReviewer : reviewed
    User }o--o{ PullRequestRequestedReviewer : reviewed
    Repository }o--o{ RepositoryCollaborator : has
    User }o--o{ RepositoryCollaborator : has
    User }o--o{ TeamMembership : belongs_to
    Team }o--o{ TeamMembership : belongs_to
    Repository }o--o{ TeamRepositoryPermission : has
    Team }o--o{ TeamRepositoryPermission : has
    Workspace }o--o{ WorkspaceTeamLabelFilter : labeled
    Team }o--o{ WorkspaceTeamLabelFilter : labeled
    Label }o--o{ WorkspaceTeamLabelFilter : labeled
    Workspace }o--o{ WorkspaceTeamRepositorySetting : has
    Team }o--o{ WorkspaceTeamRepositorySetting : has
    Repository }o--o{ WorkspaceTeamRepositorySetting : has
    Workspace }o--o{ WorkspaceTeamSetting : has
    Team }o--o{ WorkspaceTeamSetting : has

    %% Styling
    classDef primaryEntity fill:#e1f5fe,stroke:#01579b,stroke-width:2px
    classDef associationEntity fill:#f3e5f5,stroke:#4a148c,stroke-width:2px
    classDef metadataEntity fill:#e8f5e8,stroke:#1b5e20,stroke-width:2px

    class Issue primaryEntity
    class IssueAssignee associationEntity
    class IssueLabel associationEntity
    class Label primaryEntity
    class Milestone primaryEntity
    class PullRequestRequestedReviewer associationEntity
    class Repository primaryEntity
    class RepositoryToMonitor metadataEntity
    class Team primaryEntity
    class User primaryEntity
    class Workspace primaryEntity
